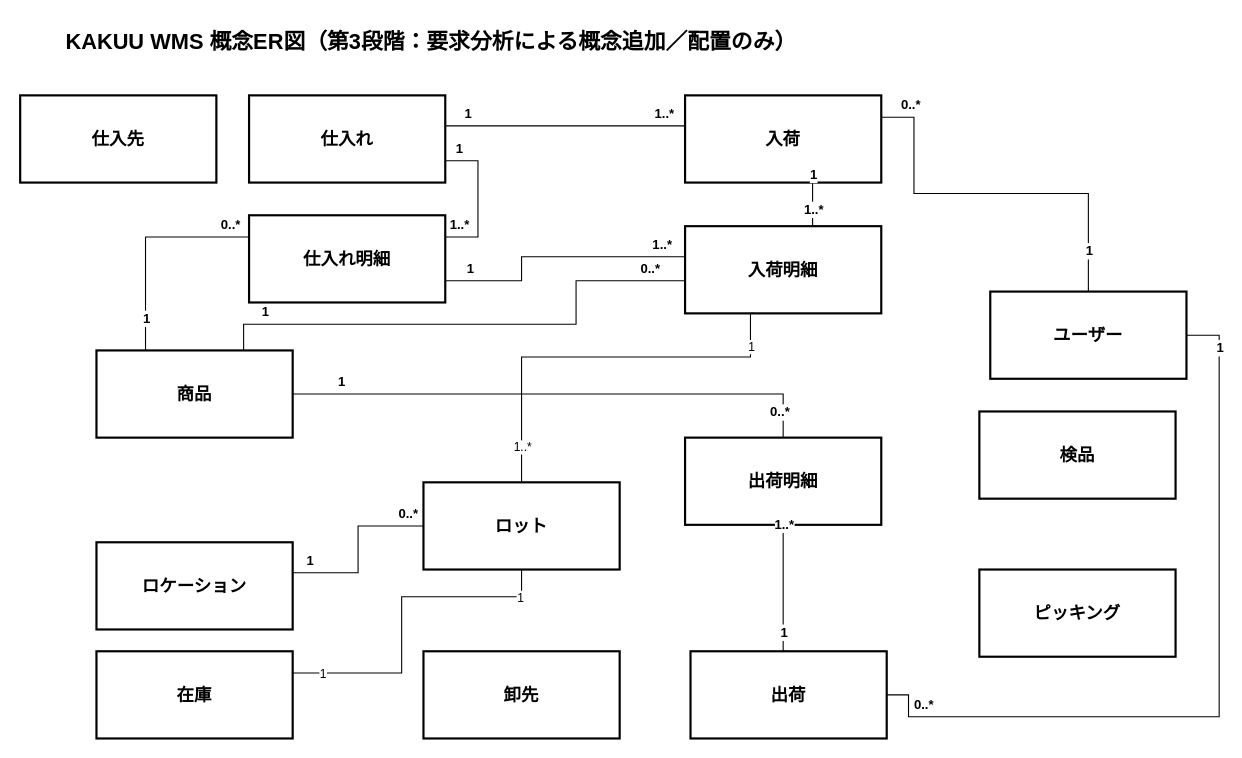
Above: docs/3_要件定義/06_概念ER図/drawio/KAKUU_WMS_概念ER図_第3段階_配置のみ.drawio in hino-115/kakuu-wms (draw.io), before the change. Source tidied: cells renumbered, new cells numbered last; positions are measured from the earlier drawing's top-left corner, leaving out a move shared by most shapes. Both pictures are drawn from the tidied source at 109%, with x=0, y=0 at pixel (20, 19).
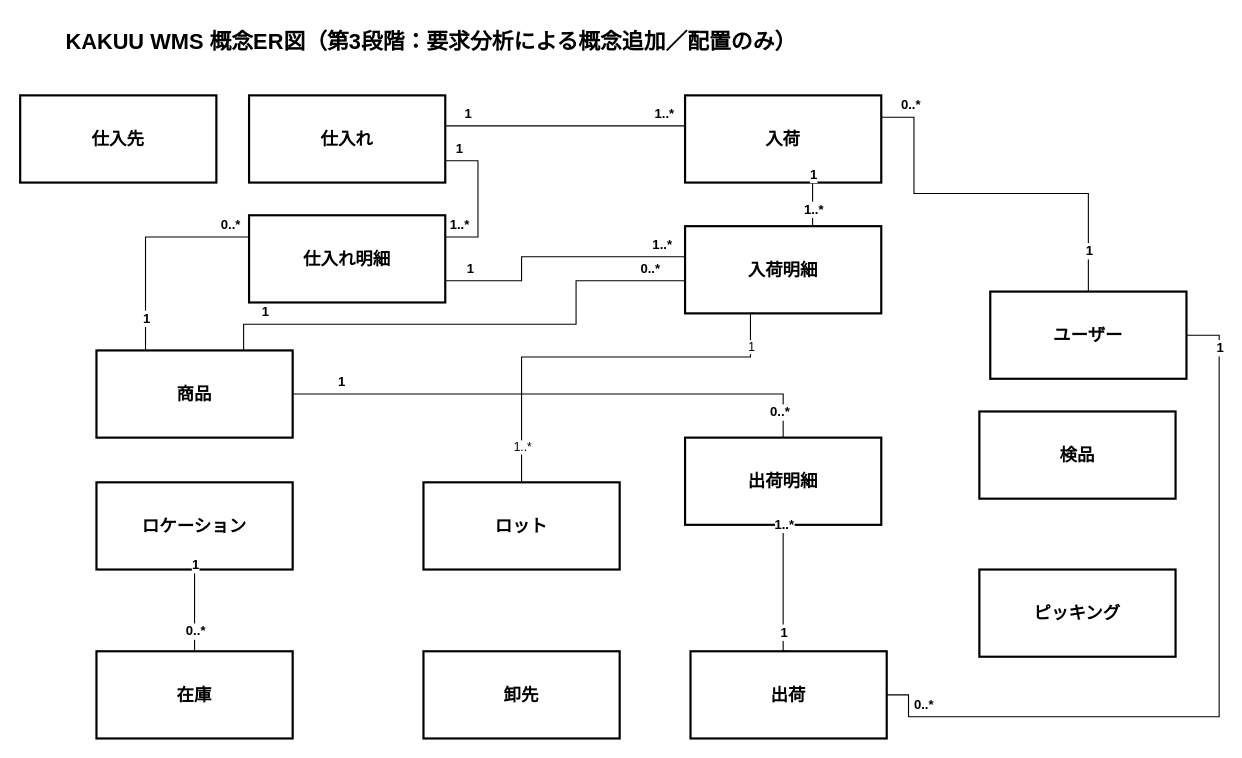
The same page after the edit.

The change refers to these unchanged cells:
```xml
<mxCell id="6" value="在庫" style="rounded=0;whiteSpace=wrap;html=1;fillColor=#ffffff;strokeColor=#000000;strokeWidth=2;fontSize=16;fontStyle=1;align=center;verticalAlign=middle;" parent="1" vertex="1">
  <mxGeometry x="70" y="580" width="180" height="80" as="geometry" />
</mxCell>
<mxCell id="14" value="ロット" style="rounded=0;whiteSpace=wrap;html=1;fillColor=#ffffff;strokeColor=#000000;strokeWidth=2;fontSize=16;fontStyle=1;align=center;verticalAlign=middle;" parent="1" vertex="1">
  <mxGeometry x="370" y="425" width="180" height="80" as="geometry" />
</mxCell>
```

Change to the diagram source:
```diff
@@
     <mxCell id="8" value="ロケーション" style="rounded=0;whiteSpace=wrap;html=1;fillColor=#ffffff;strokeColor=#000000;strokeWidth=2;fontSize=16;fontStyle=1;align=center;verticalAlign=middle;" parent="1" vertex="1">
-      <mxGeometry x="70" y="480" width="180" height="80" as="geometry" />
+      <mxGeometry x="70" y="425" width="180" height="80" as="geometry" />
     </mxCell>
@@
-    <mxCell id="42" style="edgeStyle=orthogonalEdgeStyle;rounded=0;jettySize=auto;html=1;endArrow=none;startArrow=none;exitX=1;exitY=0.35;exitDx=0;exitDy=0;entryX=0;entryY=0.5;entryDx=0;entryDy=0;" parent="1" edge="1" source="8" target="14">
+    <mxCell id="42" style="edgeStyle=orthogonalEdgeStyle;rounded=0;jettySize=auto;html=1;endArrow=none;startArrow=none;exitX=0.5;exitY=1;exitDx=0;exitDy=0;entryX=0.5;entryY=0;entryDx=0;entryDy=0;" parent="1" edge="1" source="8" target="6">
       <mxGeometry relative="1" as="geometry" />
     </mxCell>
@@
-    <mxCell id="54" style="edgeStyle=orthogonalEdgeStyle;rounded=0;jettySize=auto;html=1;endArrow=none;startArrow=none;exitX=0.5;exitY=1;exitDx=0;exitDy=0;entryX=1;entryY=0.25;entryDx=0;entryDy=0;" parent="1" edge="1" source="14" target="6">
-      <mxGeometry relative="1" as="geometry">
-        <Array as="points">
-          <mxPoint x="460" y="530" />
-          <mxPoint x="350" y="530" />
-          <mxPoint x="350" y="600" />
-        </Array>
-      </mxGeometry>
-    </mxCell>
-    <mxCell id="55" value="1" style="edgeLabel;html=1;align=center;verticalAlign=middle;" parent="54" vertex="1">
-      <mxGeometry x="-0.82" relative="1" as="geometry" />
-    </mxCell>
-    <mxCell id="56" value="1" style="edgeLabel;html=1;align=center;verticalAlign=middle;" parent="54" vertex="1">
-      <mxGeometry x="0.82" relative="1" as="geometry" />
-    </mxCell>
```
